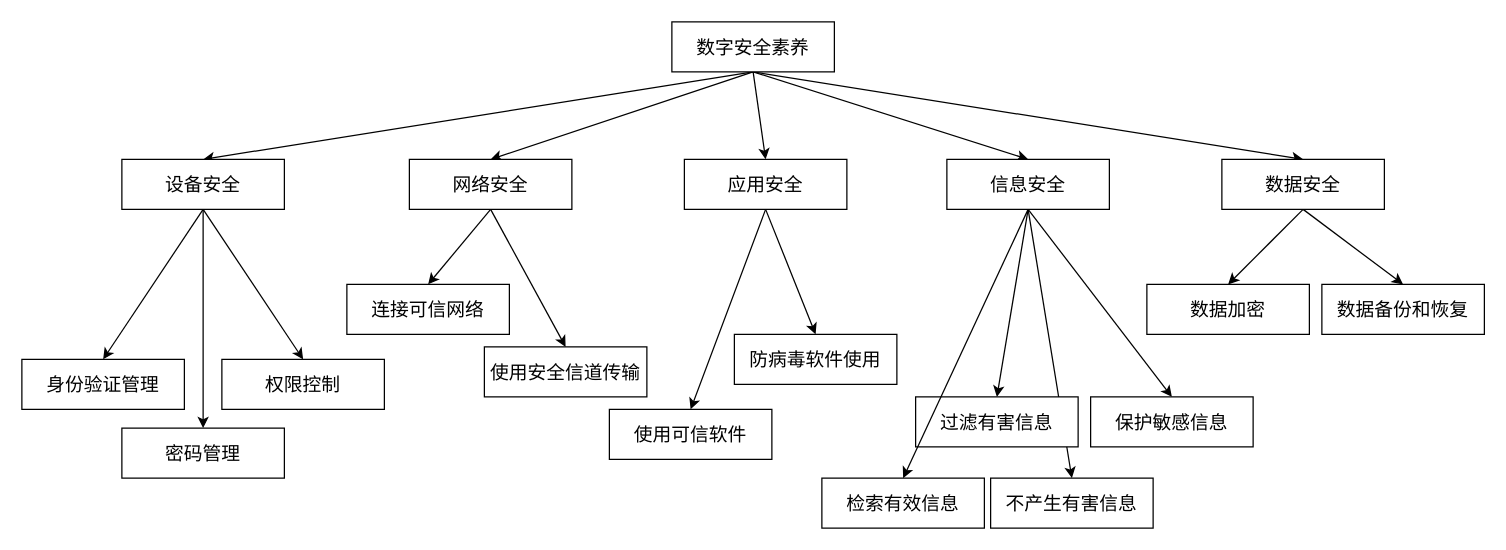
This is 数字安全素养.drawio from GreenTee-color/Documents, a draw.io file, before an edit. Source tidied: cells renumbered, new cells numbered last; positions are measured from the earlier drawing's top-left corner, leaving out a move shared by most shapes. Both pictures are drawn from the tidied source at 125%, with x=0, y=0 at pixel (21, 21).
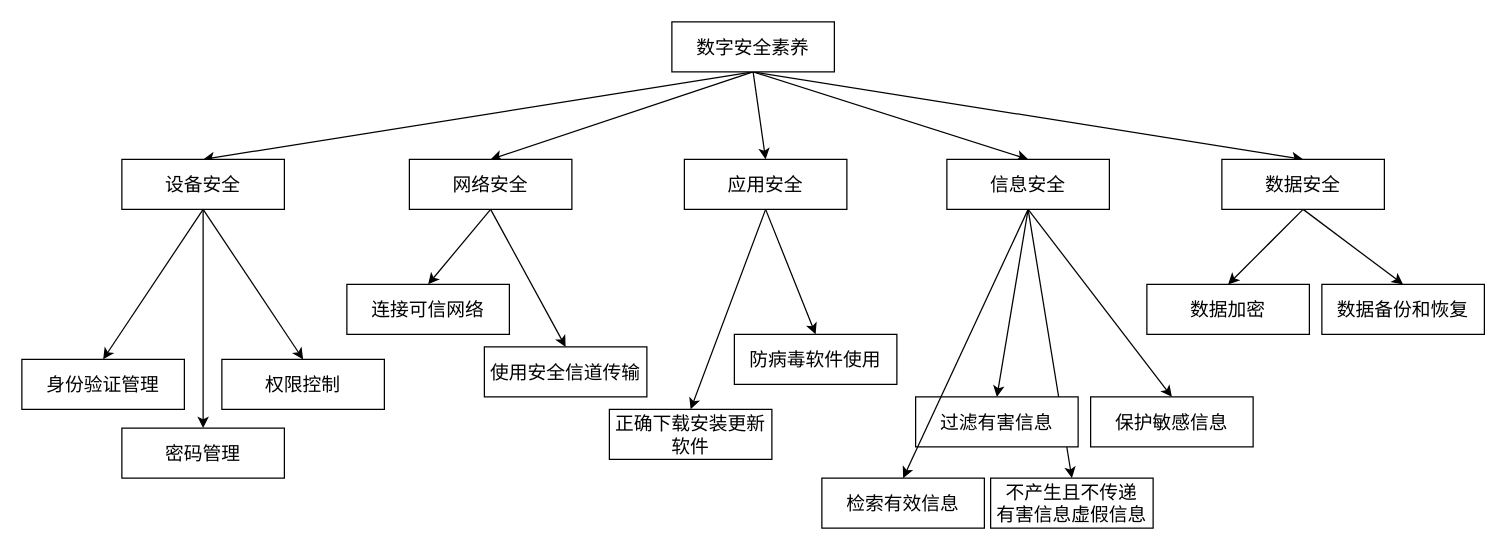
The same diagram, later.

Commit message (it also covers changes not shown here):
更新数字安全素养.drawio

Change to the diagram source:
```diff
@@
-    <mxCell id="26" value="不产生有害信息" style="rounded=0;whiteSpace=wrap;html=1;fontSize=15;" parent="1" vertex="1">
+    <mxCell id="26" value="不产生且不传递&lt;br&gt;有害信息虚假信息" style="rounded=0;whiteSpace=wrap;html=1;fontSize=15;" parent="1" vertex="1">
       <mxGeometry x="775" y="365" width="130" height="40" as="geometry" />
     </mxCell>
@@
-    <mxCell id="28" value="使用可信软件" style="rounded=0;whiteSpace=wrap;html=1;fontSize=15;" parent="1" vertex="1">
+    <mxCell id="28" value="正确下载安装更新软件" style="rounded=0;whiteSpace=wrap;html=1;fontSize=15;" parent="1" vertex="1">
       <mxGeometry x="470" y="310" width="130" height="40" as="geometry" />
     </mxCell>
```
